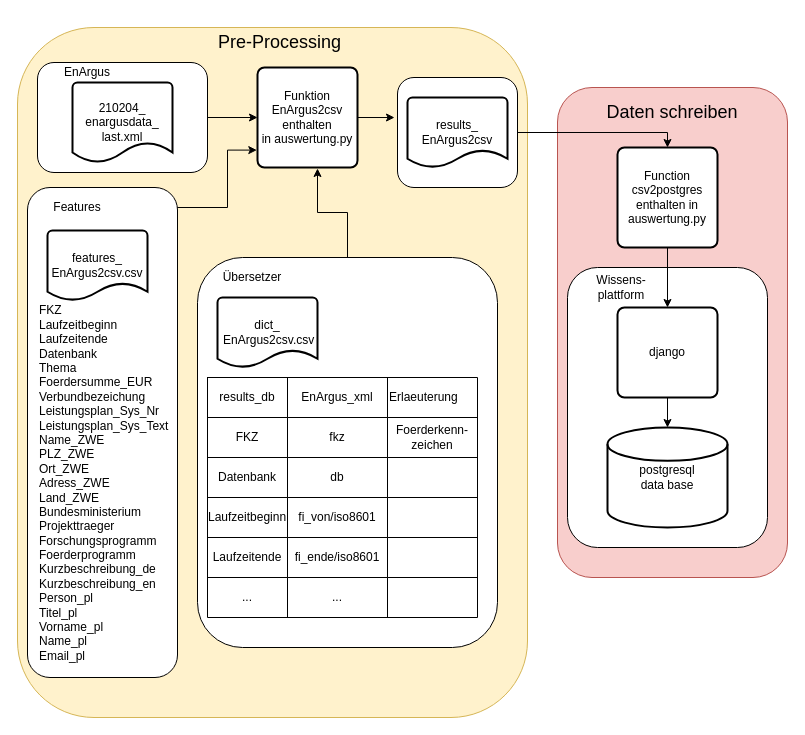
TUB-DVG/wissen-digital-ewb keeps this draw.io diagram as page "DE_postgreSQL_projected" (3 of 4) of 02_work_doc/01_daten/sources2db.drawio. Above is the earlier version. Source tidied: cells renumbered, new cells numbered last; positions are measured from the earlier drawing's top-left corner, leaving out a move shared by most shapes. Both pictures are drawn from the tidied source at 100%, with x=0, y=0 at pixel (17, 17).
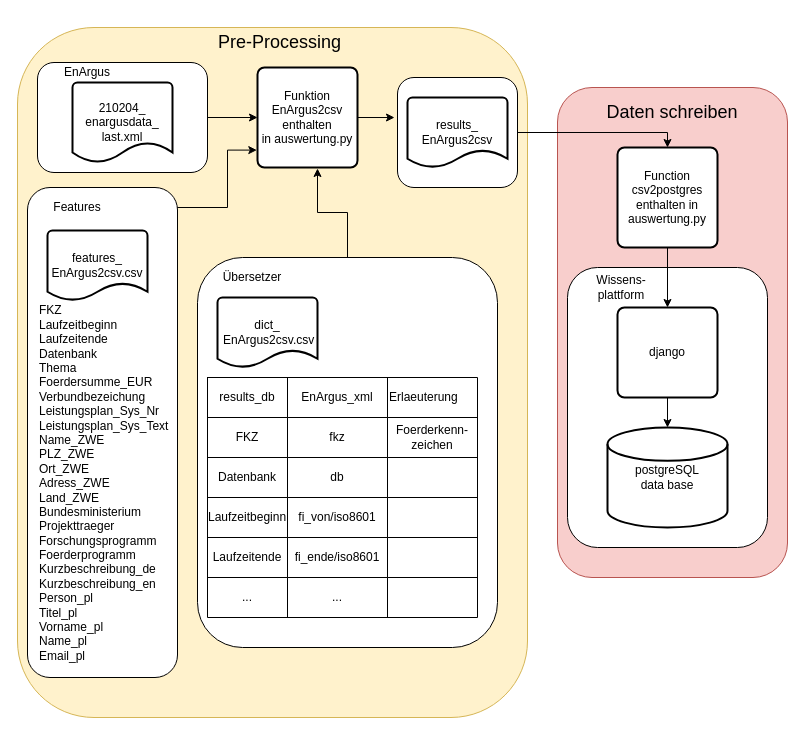
Above is the later version.

Change to the diagram source:
```diff
@@
-    <mxCell id="5" value="postgresql&lt;br&gt;data base" style="strokeWidth=2;html=1;shape=mxgraph.flowchart.database;whiteSpace=wrap;" parent="1" vertex="1">
+    <mxCell id="5" value="postgreSQL&lt;br&gt;data base" style="strokeWidth=2;html=1;shape=mxgraph.flowchart.database;whiteSpace=wrap;" parent="1" vertex="1">
       <mxGeometry x="590" y="410" width="120" height="100" as="geometry" />
     </mxCell>
```
